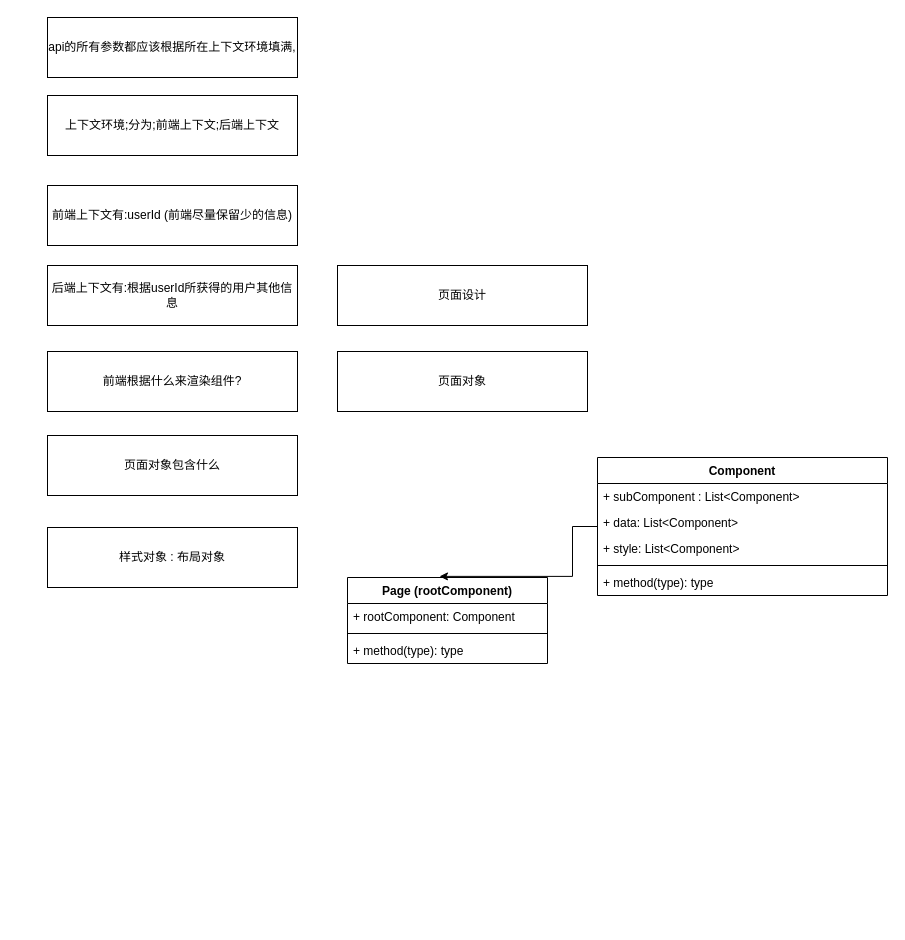
The draw.io diagram page "第 2 页" (2 of 2) of 低代码.drawio in idbanfan/drawio, before the edit. Source tidied: cells renumbered, new cells numbered last; positions are measured from the earlier drawing's top-left corner, leaving out a move shared by most shapes. Both pictures are drawn from the tidied source at 100%, with x=0, y=0 at pixel (47, 17).
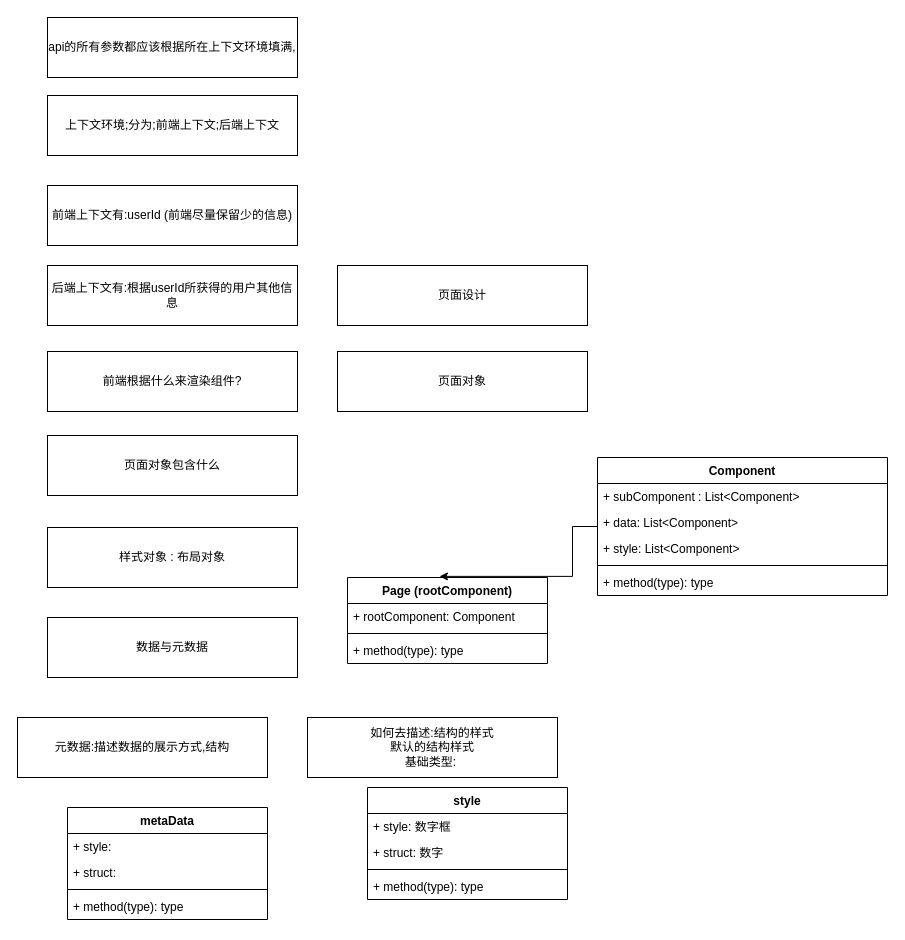
The same diagram, later.

Commit message:
更新低代码.drawio

What changed in the source:
```diff
@@
+    <mxCell id="22" value="数据与元数据" style="rounded=0;whiteSpace=wrap;html=1;" parent="1" vertex="1">
+      <mxGeometry y="600" width="250" height="60" as="geometry" />
+    </mxCell>
+    <mxCell id="23" value="元数据:描述数据的展示方式,结构" style="rounded=0;whiteSpace=wrap;html=1;" parent="1" vertex="1">
+      <mxGeometry x="-30" y="700" width="250" height="60" as="geometry" />
+    </mxCell>
+    <mxCell id="24" value="metaData" style="swimlane;fontStyle=1;align=center;verticalAlign=top;horizontal=1;startSize=26;whiteSpace=wrap;html=1;" parent="1" vertex="1">
+      <mxGeometry x="20" y="790" width="200" height="112" as="geometry" />
+    </mxCell>
+    <mxCell id="25" value="+ style:&amp;nbsp;" style="text;strokeColor=none;fillColor=none;align=left;verticalAlign=top;spacingLeft=4;spacingRight=4;overflow=hidden;whiteSpace=wrap;html=1;" parent="24" vertex="1">
+      <mxGeometry y="26" width="200" height="26" as="geometry" />
+    </mxCell>
+    <mxCell id="26" value="+ struct:&amp;nbsp;" style="text;strokeColor=none;fillColor=none;align=left;verticalAlign=top;spacingLeft=4;spacingRight=4;overflow=hidden;whiteSpace=wrap;html=1;" parent="24" vertex="1">
+      <mxGeometry y="52" width="200" height="26" as="geometry" />
+    </mxCell>
+    <mxCell id="27" style="line;strokeWidth=1;fillColor=none;align=left;verticalAlign=middle;spacingTop=-1;spacingLeft=3;spacingRight=3;labelPosition=right;strokeColor=inherit;" parent="24" vertex="1">
+      <mxGeometry y="78" width="200" height="8" as="geometry" />
+    </mxCell>
+    <mxCell id="28" value="+ method(type): type" style="text;strokeColor=none;fillColor=none;align=left;verticalAlign=top;spacingLeft=4;spacingRight=4;overflow=hidden;whiteSpace=wrap;html=1;" parent="24" vertex="1">
+      <mxGeometry y="86" width="200" height="26" as="geometry" />
+    </mxCell>
+    <mxCell id="29" value="如何去描述:结构的样式&lt;br&gt;默认的结构样式&lt;br&gt;基础类型:&amp;nbsp;" style="rounded=0;whiteSpace=wrap;html=1;" parent="1" vertex="1">
+      <mxGeometry x="260" y="700" width="250" height="60" as="geometry" />
+    </mxCell>
+    <mxCell id="30" value="style" style="swimlane;fontStyle=1;align=center;verticalAlign=top;horizontal=1;startSize=26;whiteSpace=wrap;html=1;" parent="1" vertex="1">
+      <mxGeometry x="320" y="770" width="200" height="112" as="geometry" />
+    </mxCell>
+    <mxCell id="31" value="+ style: 数字框" style="text;strokeColor=none;fillColor=none;align=left;verticalAlign=top;spacingLeft=4;spacingRight=4;overflow=hidden;whiteSpace=wrap;html=1;" parent="30" vertex="1">
+      <mxGeometry y="26" width="200" height="26" as="geometry" />
+    </mxCell>
+    <mxCell id="32" value="+ struct: 数字" style="text;strokeColor=none;fillColor=none;align=left;verticalAlign=top;spacingLeft=4;spacingRight=4;overflow=hidden;whiteSpace=wrap;html=1;" parent="30" vertex="1">
+      <mxGeometry y="52" width="200" height="26" as="geometry" />
+    </mxCell>
+    <mxCell id="33" style="line;strokeWidth=1;fillColor=none;align=left;verticalAlign=middle;spacingTop=-1;spacingLeft=3;spacingRight=3;labelPosition=right;strokeColor=inherit;" parent="30" vertex="1">
+      <mxGeometry y="78" width="200" height="8" as="geometry" />
+    </mxCell>
+    <mxCell id="34" value="+ method(type): type" style="text;strokeColor=none;fillColor=none;align=left;verticalAlign=top;spacingLeft=4;spacingRight=4;overflow=hidden;whiteSpace=wrap;html=1;" parent="30" vertex="1">
+      <mxGeometry y="86" width="200" height="26" as="geometry" />
+    </mxCell>
```
